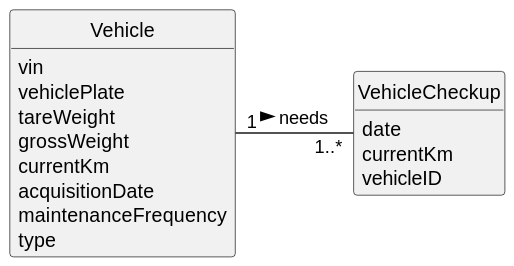
Before: docs/sprintB/us007/02.analysis/svg/us007-domain-model.svg, a diagram exported from PlantUML (ricardomm7/leaflink).
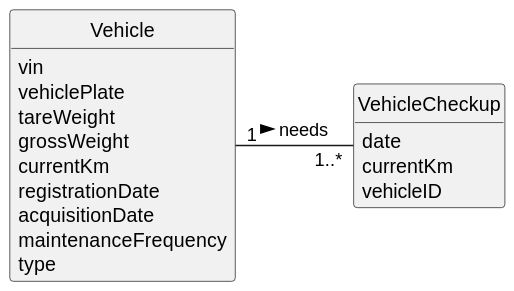
Later version of the same file.

What changed in the source:
```diff
@@ -22,9 +22,11 @@
 tareWeight
 grossWeight
 currentKm
+registrationDate
 acquisitionDate
 maintenanceFrequency
 type
+
 }
 
 Vehicle "1" - "1..*" VehicleCheckup : needs >
```
